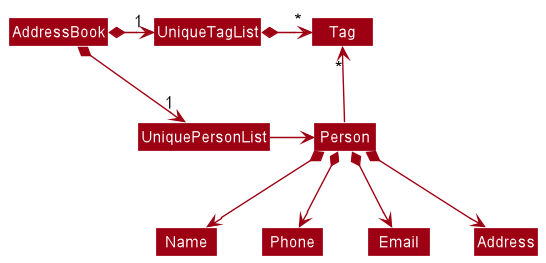
Above: docs/images/BetterModelClassDiagram.png in nus-cs2103-AY2223S1/tp (PlantUML), before the change.
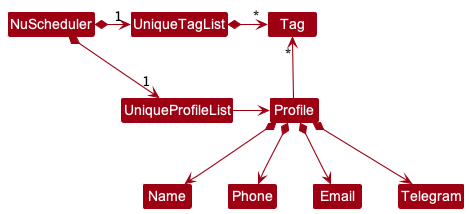
After the commit.

What changed in the source:
```diff
@@ -4,18 +4,18 @@
 skinparam arrowColor MODEL_COLOR
 skinparam classBackgroundColor MODEL_COLOR
 
-AddressBook *-right-> "1" UniquePersonList
-AddressBook *-right-> "1" UniqueTagList
-UniqueTagList -[hidden]down- UniquePersonList
-UniqueTagList -[hidden]down- UniquePersonList
+NuScheduler *-right-> "1" UniqueProfileList
+NuScheduler *-right-> "1" UniqueTagList
+UniqueTagList -[hidden]down- UniqueProfileList
+UniqueTagList -[hidden]down- UniqueProfileList
 
 UniqueTagList *-right-> "*" Tag
-UniquePersonList -right-> Person
+UniqueProfileList -right-> Profile
 
-Person -up-> "*" Tag
+Profile -up-> "*" Tag
 
-Person *--> Name
-Person *--> Phone
-Person *--> Email
-Person *--> Address
+Profile *--> Name
+Profile *--> Phone
+Profile *--> Email
+Profile *--> Telegram
 @enduml
```
